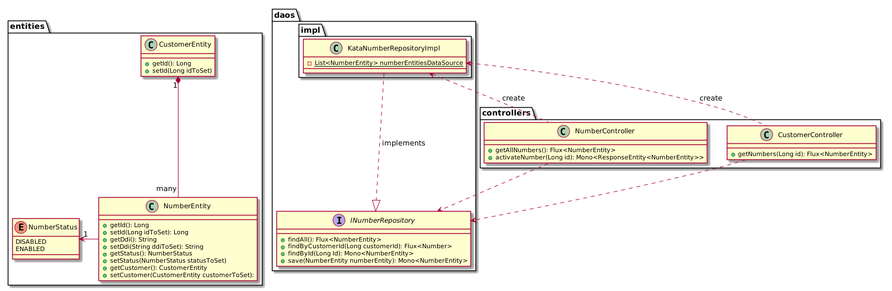
Earlier version of the PlantUML export documentation/class-diagram.png (SofianeSadi/andigital-test).
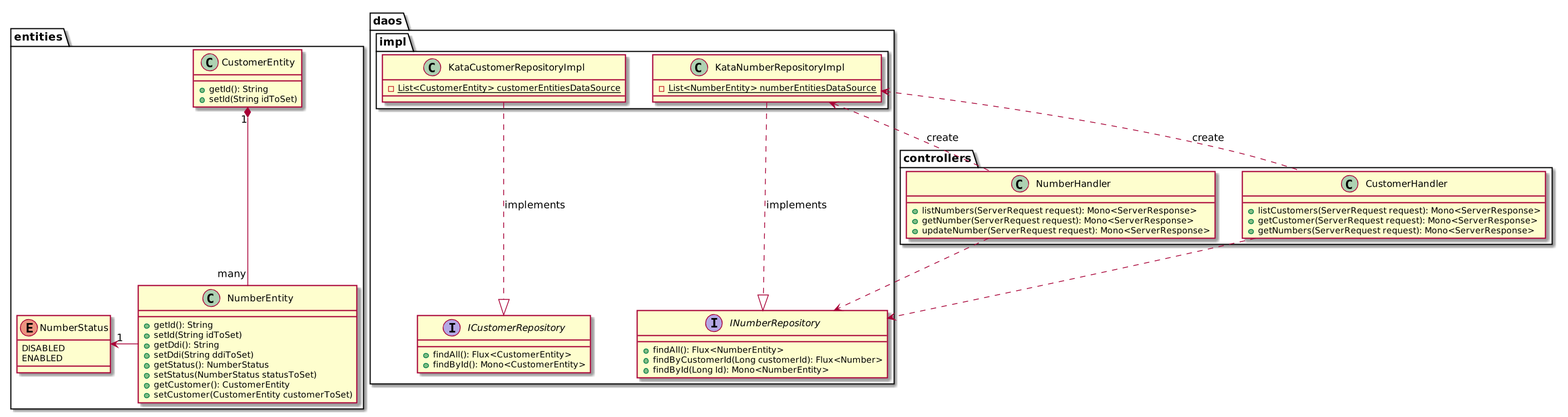
After the commit.

The edit, as a diff of the source:
```diff
@@ -1,19 +1,19 @@
 @startuml
 package entities {
     class CustomerEntity {
-        +getId(): Long
-        +setId(Long idToSet)
+        +getId(): String
+        +setId(String idToSet)
     }
 
     class NumberEntity {
-        +getId(): Long
-        +setId(Long idToSet): Long
+        +getId(): String
+        +setId(String idToSet)
         +getDdi(): String
-        +setDdi(String ddiToSet): String
+        +setDdi(String ddiToSet)
         +getStatus(): NumberStatus
         +setStatus(NumberStatus statusToSet)
         +getCustomer(): CustomerEntity
-        +setCustomer(CustomerEntity customerToSet):
+        +setCustomer(CustomerEntity customerToSet)
     }
 
     enum NumberStatus {
@@ -30,32 +30,44 @@
         +findAll(): Flux<NumberEntity>
         +findByCustomerId(Long customerId): Flux<Number>
         +findById(Long Id): Mono<NumberEntity>
-        +save(NumberEntity numberEntity): Mono<NumberEntity>
     }
+
+   interface ICustomerRepository {
+        +findAll(): Flux<CustomerEntity>
+        +findById(): Mono<CustomerEntity>
+   }
 
     package impl {
         class KataNumberRepositoryImpl {
             -{static} List<NumberEntity> numberEntitiesDataSource
         }
+        class KataCustomerRepositoryImpl {
+            -{static} List<CustomerEntity> customerEntitiesDataSource
+        }
     }
 
     KataNumberRepositoryImpl ..|> INumberRepository: implements
+    KataCustomerRepositoryImpl ..|> ICustomerRepository: implements
 }
 
 package controllers {
-    class NumberController {
-        +getAllNumbers(): Flux<NumberEntity>
-        +activateNumber(Long id): Mono<ResponseEntity<NumberEntity>>
+    class NumberHandler {
+        +listNumbers(ServerRequest request): Mono<ServerResponse>
+        +getNumber(ServerRequest request): Mono<ServerResponse>
+        +updateNumber(ServerRequest request): Mono<ServerResponse>
     }
-    class CustomerController {
-        +getNumbers(Long id): Flux<NumberEntity>
+
+    class CustomerHandler {
+        +listCustomers(ServerRequest request): Mono<ServerResponse>
+        +getCustomer(ServerRequest request): Mono<ServerResponse>
+        +getNumbers(ServerRequest request): Mono<ServerResponse>
     }
 }
 
-NumberController .up.> KataNumberRepositoryImpl: create
-CustomerController .up.> KataNumberRepositoryImpl: create
+NumberHandler .up.> KataNumberRepositoryImpl: create
+CustomerHandler .up.> KataNumberRepositoryImpl: create
 
-CustomerController ..> INumberRepository
-NumberController ..> INumberRepository
+CustomerHandler ..> INumberRepository
+NumberHandler ..> INumberRepository
 
 @enduml
```
